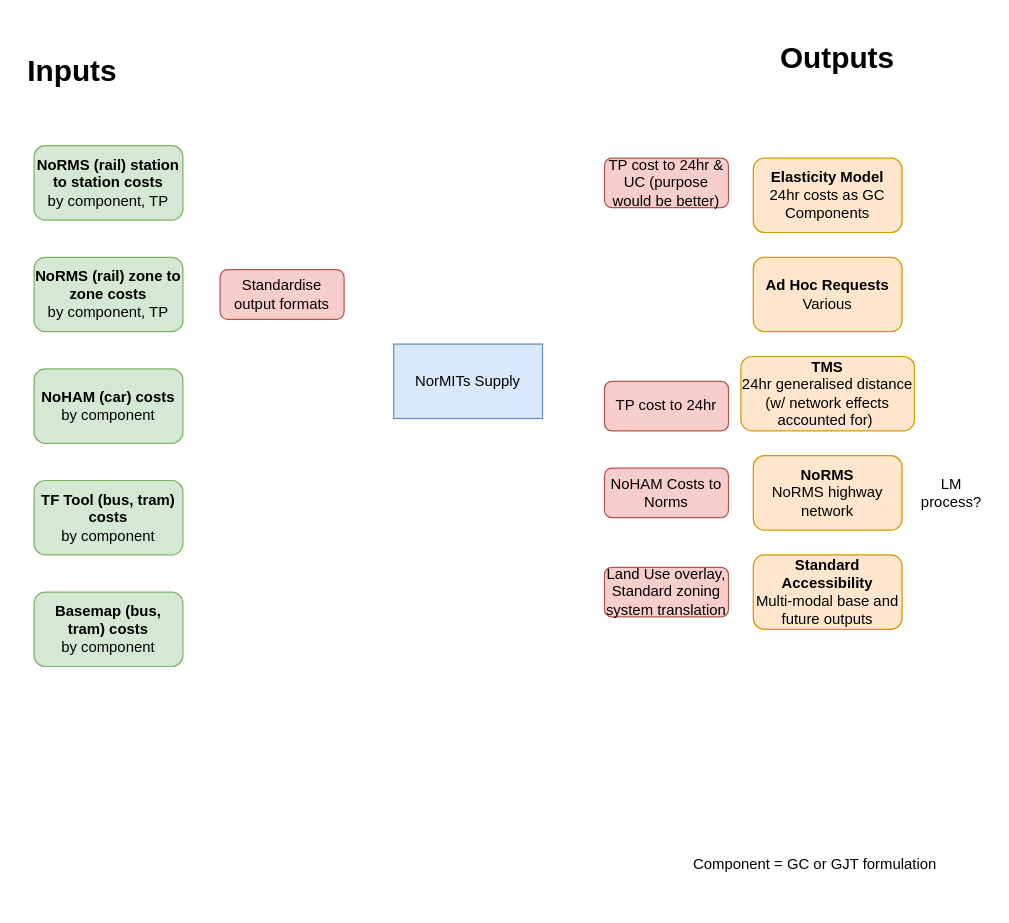
This is page "I/O Summary" (1 of 3) of docs/op_models/NorMITs Supply/Stakeholder.drawio from Transport-for-the-North/NorMITs-Demand, a draw.io file, before an edit. Source tidied: cells renumbered, new cells numbered last; positions are measured from the earlier drawing's top-left corner, leaving out a move shared by most shapes. Both pictures are drawn from the tidied source at 124%, with x=0, y=0 at pixel (21, 33).
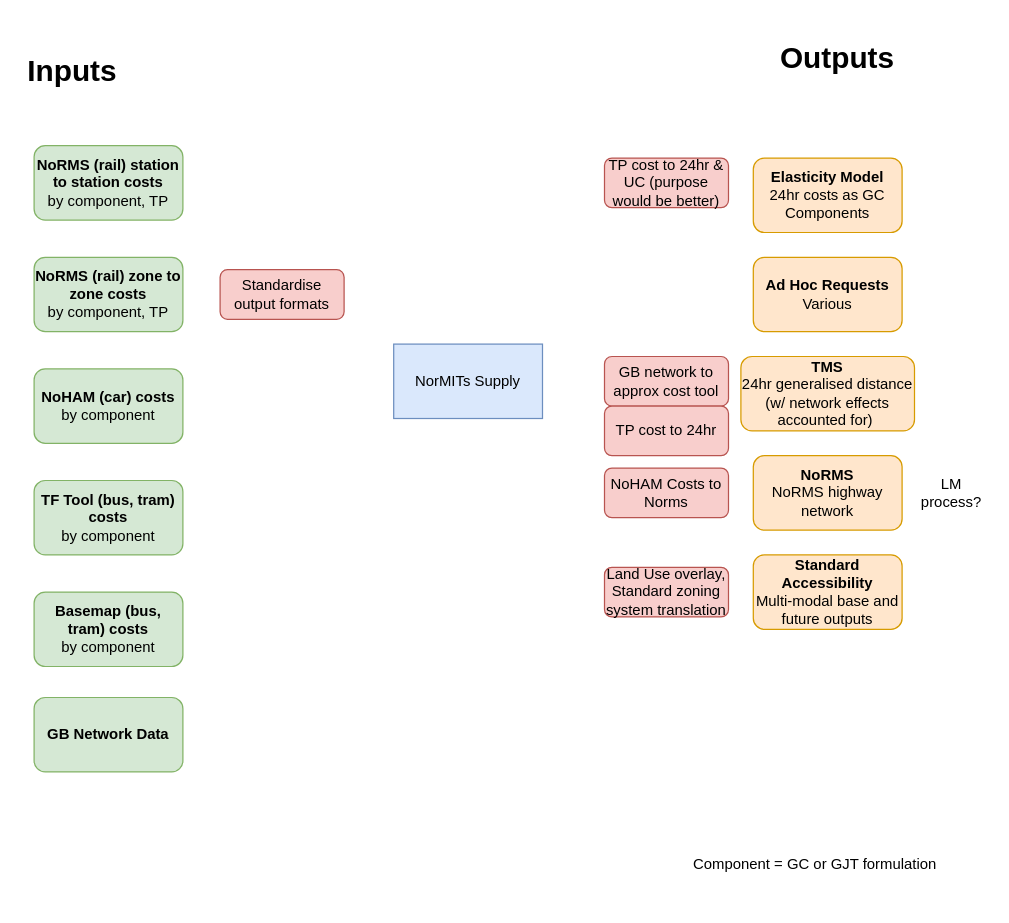
After the change.

The edit, as a diff of the source:
```diff
@@
-    <mxCell id="16" value="TP cost to 24hr" style="rounded=1;whiteSpace=wrap;html=1;fillColor=#f8cecc;strokeColor=#b85450;" parent="1" vertex="1">
-      <mxGeometry x="470" y="280" width="100" height="40" as="geometry" />
+    <mxCell id="16" value="GB network to approx cost tool" style="rounded=1;whiteSpace=wrap;html=1;fillColor=#f8cecc;strokeColor=#b85450;" parent="1" vertex="1">
+      <mxGeometry x="470" y="260" width="100" height="40" as="geometry" />
     </mxCell>
@@
+    <mxCell id="22" value="&lt;b&gt;GB Network Data&lt;/b&gt;" style="rounded=1;whiteSpace=wrap;html=1;fillColor=#d5e8d4;strokeColor=#82b366;" parent="1" vertex="1">
+      <mxGeometry x="10" y="535" width="120" height="60" as="geometry" />
+    </mxCell>
+    <mxCell id="23" value="TP cost to 24hr" style="rounded=1;whiteSpace=wrap;html=1;fillColor=#f8cecc;strokeColor=#b85450;" parent="1" vertex="1">
+      <mxGeometry x="470" y="300" width="100" height="40" as="geometry" />
+    </mxCell>
```
